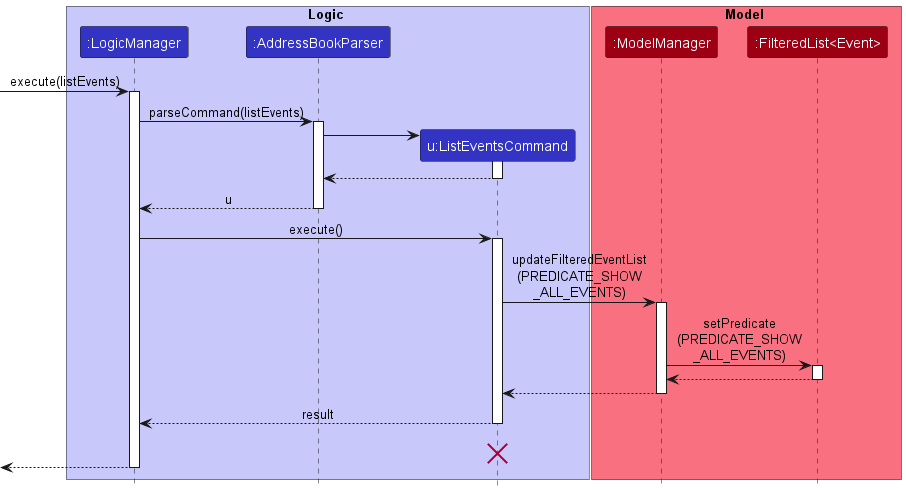
nus-cs2103-AY2223S1/tp keeps this PlantUML diagram as docs/images/ListEventsSequenceDiagram.png. Above is the earlier version. The source it was exported from:
```plantuml
@startuml
!include style.puml

box Logic LOGIC_COLOR_T1
participant ":LogicManager" as LogicManager LOGIC_COLOR
participant ":AddressBookParser" as AddressBookParser LOGIC_COLOR
participant "u:ListEventsCommand" as ListEventsCommand LOGIC_COLOR
end box

box Model MODEL_COLOR_T1
participant ":ModelManager" as ModelManager MODEL_COLOR
participant ":FilteredList<Event>" as eventList MODEL_COLOR

end box
[-> LogicManager : execute(listEvents)
activate LogicManager

LogicManager -> AddressBookParser : parseCommand(listEvents)
activate AddressBookParser

create ListEventsCommand
AddressBookParser -> ListEventsCommand
activate ListEventsCommand

ListEventsCommand --> AddressBookParser
deactivate ListEventsCommand

AddressBookParser --> LogicManager : u
deactivate AddressBookParser

LogicManager -> ListEventsCommand : execute()
activate ListEventsCommand

ListEventsCommand -> ModelManager : updateFilteredEventList\n(PREDICATE_SHOW\n_ALL_EVENTS)
activate ModelManager

ModelManager -> eventList : setPredicate\n(PREDICATE_SHOW\n_ALL_EVENTS)
activate eventList

eventList --> ModelManager :
deactivate eventList

ModelManager --> ListEventsCommand :
deactivate ModelManager

ListEventsCommand --> LogicManager : result
deactivate ListEventsCommand
ListEventsCommand -[hidden]-> LogicManager : result
destroy ListEventsCommand

[<--LogicManager
deactivate LogicManager
@enduml
```
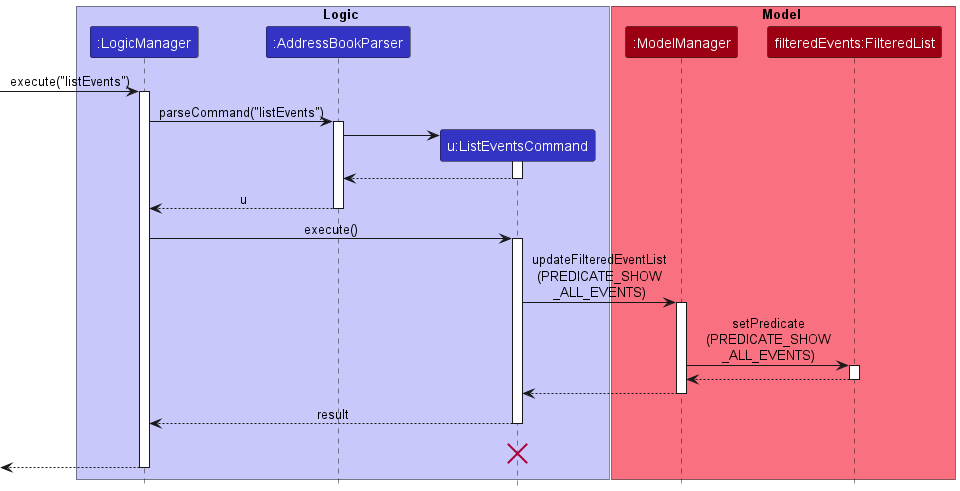
After the change.

The edit, as a diff of the source:
```diff
@@ -9,13 +9,13 @@
 
 box Model MODEL_COLOR_T1
 participant ":ModelManager" as ModelManager MODEL_COLOR
-participant ":FilteredList<Event>" as eventList MODEL_COLOR
+participant "filteredEvents:FilteredList" as eventList MODEL_COLOR
 
 end box
-[-> LogicManager : execute(listEvents)
+[-> LogicManager : execute("listEvents")
 activate LogicManager
 
-LogicManager -> AddressBookParser : parseCommand(listEvents)
+LogicManager -> AddressBookParser : parseCommand("listEvents")
 activate AddressBookParser
 
 create ListEventsCommand
```
